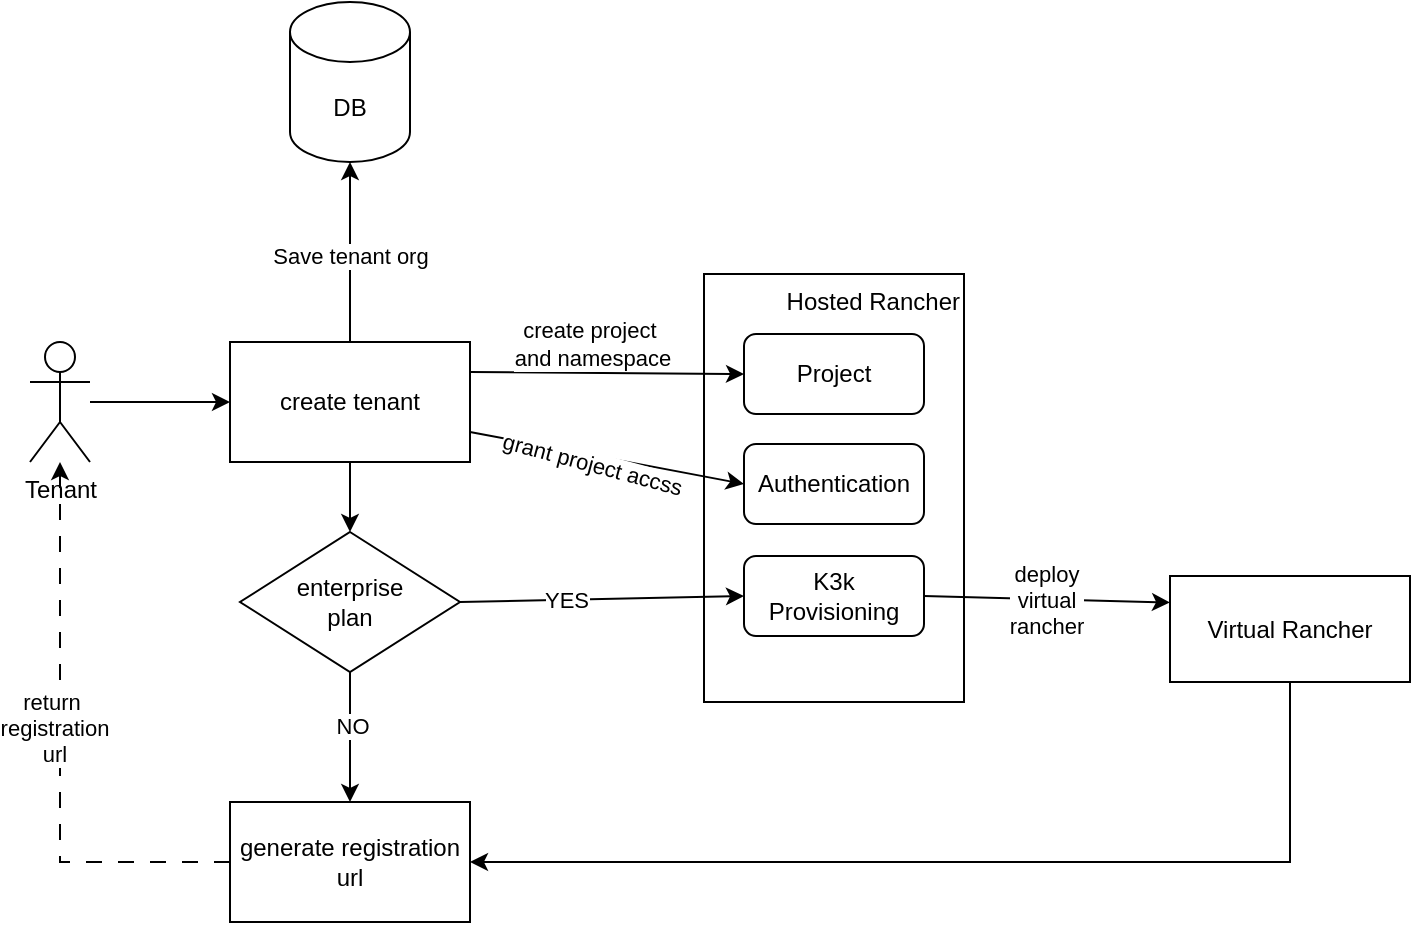
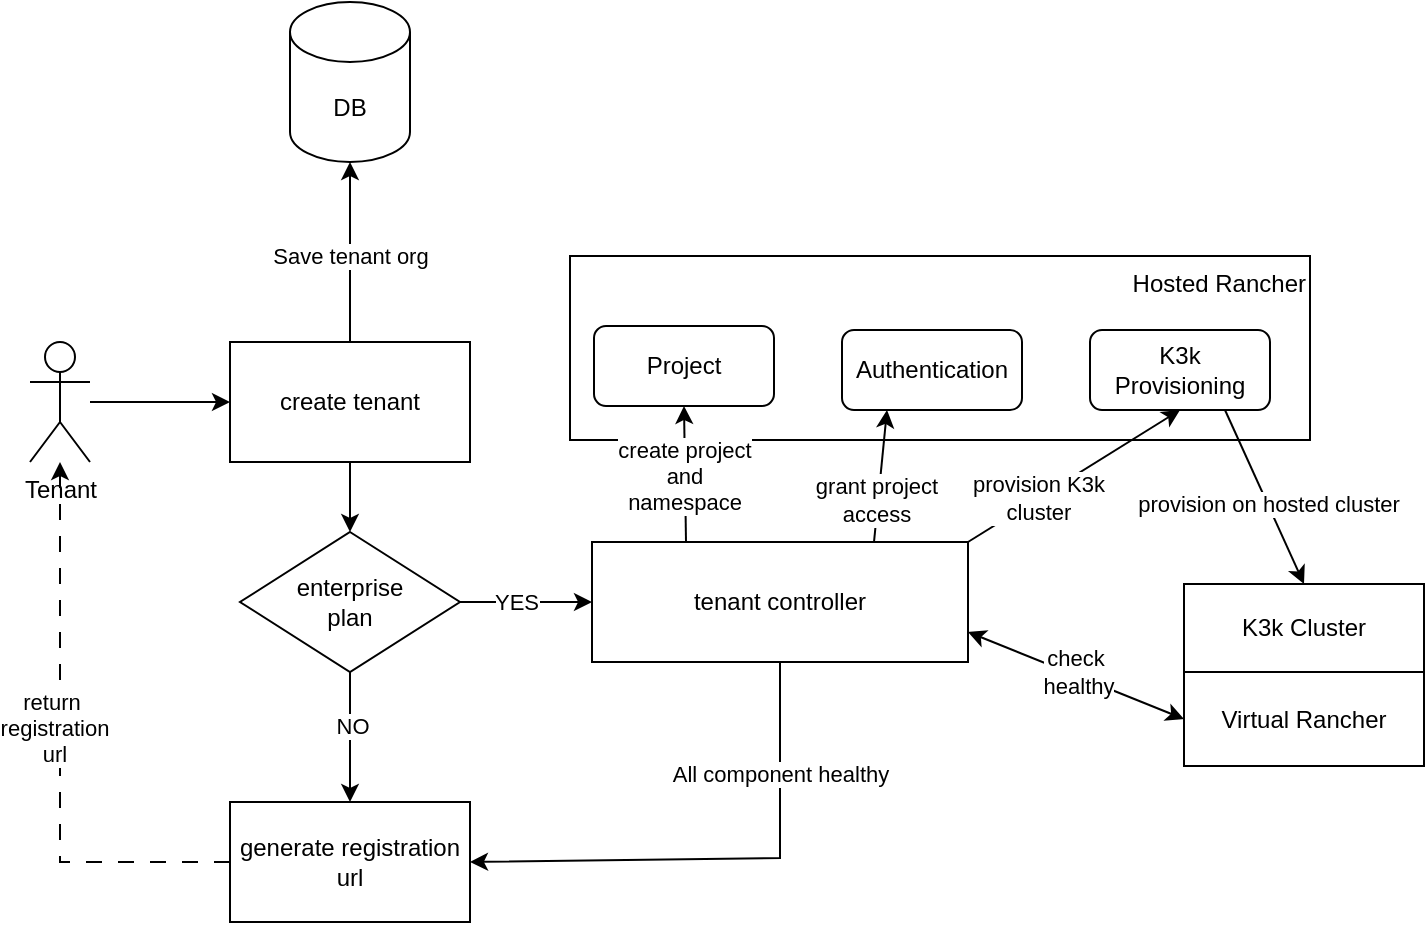
<mxfile host="app.diagrams.net">
  <diagram name="第 1 页" id="L-sD2WPmEqHrs-nHEADV">
    <mxGraphModel dx="1222" dy="745" grid="0" gridSize="10" guides="1" tooltips="1" connect="1" arrows="1" fold="1" page="1" pageScale="1" pageWidth="827" pageHeight="1169" math="0" shadow="0">
      <root>
        <mxCell id="0" />
        <mxCell id="1" parent="0" />
        <mxCell id="RmhtLynf-h64byK3Bh4Q-11" edge="1" parent="1" source="RmhtLynf-h64byK3Bh4Q-1" style="edgeStyle=orthogonalEdgeStyle;rounded=0;orthogonalLoop=1;jettySize=auto;html=1;" target="RmhtLynf-h64byK3Bh4Q-5" value="">
          <mxGeometry relative="1" as="geometry" />
        </mxCell>
        <mxCell id="RmhtLynf-h64byK3Bh4Q-1" parent="1" style="shape=umlActor;verticalLabelPosition=bottom;verticalAlign=top;html=1;outlineConnect=0;" value="Tenant" vertex="1">
          <mxGeometry height="60" width="30" x="70" y="250" as="geometry" />
        </mxCell>
        <mxCell id="RmhtLynf-h64byK3Bh4Q-21" edge="1" parent="1" source="RmhtLynf-h64byK3Bh4Q-5" style="edgeStyle=orthogonalEdgeStyle;rounded=0;orthogonalLoop=1;jettySize=auto;html=1;" target="RmhtLynf-h64byK3Bh4Q-20" value="">
          <mxGeometry relative="1" as="geometry" />
        </mxCell>
        <mxCell id="RmhtLynf-h64byK3Bh4Q-5" parent="1" style="rounded=0;whiteSpace=wrap;html=1;" value="create tenant" vertex="1">
          <mxGeometry height="60" width="120" x="170" y="250" as="geometry" />
        </mxCell>
        <mxCell id="RmhtLynf-h64byK3Bh4Q-6" parent="1" style="shape=cylinder3;whiteSpace=wrap;html=1;boundedLbl=1;backgroundOutline=1;size=15;" value="DB" vertex="1">
          <mxGeometry height="80" width="60" x="200" y="80" as="geometry" />
        </mxCell>
        <mxCell id="RmhtLynf-h64byK3Bh4Q-7" parent="1" style="rounded=0;whiteSpace=wrap;html=1;verticalAlign=top;align=right;" value="Hosted Rancher" vertex="1">
-           <mxGeometry height="214" width="130" x="407" y="216" as="geometry" />
+           <mxGeometry height="92" width="370" x="340" y="207" as="geometry" />
        </mxCell>
        <mxCell id="RmhtLynf-h64byK3Bh4Q-8" parent="1" style="rounded=1;whiteSpace=wrap;html=1;" value="Project" vertex="1">
-           <mxGeometry height="40" width="90" x="427" y="246" as="geometry" />
+           <mxGeometry height="40" width="90" x="352" y="242" as="geometry" />
        </mxCell>
        <mxCell id="RmhtLynf-h64byK3Bh4Q-9" parent="1" style="rounded=1;whiteSpace=wrap;html=1;" value="Authentication" vertex="1">
-           <mxGeometry height="40" width="90" x="427" y="301" as="geometry" />
+           <mxGeometry height="40" width="90" x="476" y="244" as="geometry" />
        </mxCell>
        <mxCell id="RmhtLynf-h64byK3Bh4Q-10" parent="1" style="rounded=1;whiteSpace=wrap;html=1;" value="K3k Provisioning" vertex="1">
-           <mxGeometry height="40" width="90" x="427" y="357" as="geometry" />
+           <mxGeometry height="40" width="90" x="600" y="244" as="geometry" />
        </mxCell>
        <mxCell id="RmhtLynf-h64byK3Bh4Q-12" edge="1" parent="1" source="RmhtLynf-h64byK3Bh4Q-5" style="endArrow=classic;html=1;rounded=0;exitX=0.5;exitY=0;exitDx=0;exitDy=0;entryX=0.5;entryY=1;entryDx=0;entryDy=0;entryPerimeter=0;" target="RmhtLynf-h64byK3Bh4Q-6" value="">
          <mxGeometry height="50" relative="1" width="50" as="geometry">
            <mxPoint x="270" y="230" as="sourcePoint" />
            <mxPoint x="320" y="180" as="targetPoint" />
          </mxGeometry>
        </mxCell>
        <mxCell id="RmhtLynf-h64byK3Bh4Q-13" connectable="0" parent="RmhtLynf-h64byK3Bh4Q-12" style="edgeLabel;html=1;align=center;verticalAlign=middle;resizable=0;points=[];" value="Save tenant org" vertex="1">
          <mxGeometry relative="1" x="-0.3448" as="geometry">
            <mxPoint y="-14" as="offset" />
          </mxGeometry>
        </mxCell>
-         <mxCell id="RmhtLynf-h64byK3Bh4Q-14" edge="1" parent="1" source="RmhtLynf-h64byK3Bh4Q-5" style="endArrow=classic;html=1;rounded=0;exitX=1;exitY=0.25;exitDx=0;exitDy=0;entryX=0;entryY=0.5;entryDx=0;entryDy=0;" target="RmhtLynf-h64byK3Bh4Q-8" value="">
-           <mxGeometry height="50" relative="1" width="50" as="geometry">
-             <mxPoint x="340" y="320" as="sourcePoint" />
-             <mxPoint x="390" y="270" as="targetPoint" />
-           </mxGeometry>
-         </mxCell>
-         <mxCell id="RmhtLynf-h64byK3Bh4Q-15" connectable="0" parent="RmhtLynf-h64byK3Bh4Q-14" style="edgeLabel;html=1;align=center;verticalAlign=middle;resizable=0;points=[];rotation=0;" value="create project&amp;nbsp;&lt;div&gt;and namespace&lt;/div&gt;" vertex="1">
-           <mxGeometry relative="1" x="-0.3685" y="-1" as="geometry">
-             <mxPoint x="17" y="-16" as="offset" />
-           </mxGeometry>
-         </mxCell>
-         <mxCell id="RmhtLynf-h64byK3Bh4Q-16" edge="1" parent="1" source="RmhtLynf-h64byK3Bh4Q-5" style="endArrow=classic;html=1;rounded=0;exitX=1;exitY=0.75;exitDx=0;exitDy=0;entryX=0;entryY=0.5;entryDx=0;entryDy=0;" target="RmhtLynf-h64byK3Bh4Q-9" value="">
-           <mxGeometry height="50" relative="1" width="50" as="geometry">
-             <mxPoint x="280" y="430" as="sourcePoint" />
-             <mxPoint x="330" y="380" as="targetPoint" />
-           </mxGeometry>
-         </mxCell>
-         <mxCell id="RmhtLynf-h64byK3Bh4Q-17" connectable="0" parent="RmhtLynf-h64byK3Bh4Q-16" style="edgeLabel;html=1;align=center;verticalAlign=middle;resizable=0;points=[];rotation=15;" value="grant project accss" vertex="1">
-           <mxGeometry relative="1" x="-0.2713" y="-2" as="geometry">
-             <mxPoint x="11" y="4" as="offset" />
-           </mxGeometry>
-         </mxCell>
        <mxCell id="RmhtLynf-h64byK3Bh4Q-28" edge="1" parent="1" source="RmhtLynf-h64byK3Bh4Q-20" style="edgeStyle=orthogonalEdgeStyle;rounded=0;orthogonalLoop=1;jettySize=auto;html=1;" target="RmhtLynf-h64byK3Bh4Q-27" value="">
          <mxGeometry relative="1" as="geometry" />
        </mxCell>
        <mxCell id="RmhtLynf-h64byK3Bh4Q-29" connectable="0" parent="RmhtLynf-h64byK3Bh4Q-28" style="edgeLabel;html=1;align=center;verticalAlign=middle;resizable=0;points=[];" value="NO" vertex="1">
          <mxGeometry relative="1" x="-0.1692" y="1" as="geometry">
            <mxPoint as="offset" />
          </mxGeometry>
        </mxCell>
+         <mxCell id="s9PzU-UQ4cBH2LS_8AfC-2" edge="1" parent="1" source="RmhtLynf-h64byK3Bh4Q-20" style="edgeStyle=orthogonalEdgeStyle;rounded=0;orthogonalLoop=1;jettySize=auto;html=1;" target="s9PzU-UQ4cBH2LS_8AfC-1" value="">
+           <mxGeometry relative="1" as="geometry" />
+         </mxCell>
+         <mxCell id="s9PzU-UQ4cBH2LS_8AfC-3" connectable="0" parent="s9PzU-UQ4cBH2LS_8AfC-2" style="edgeLabel;html=1;align=center;verticalAlign=middle;resizable=0;points=[];" value="YES" vertex="1">
+           <mxGeometry relative="1" x="-0.2632" as="geometry">
+             <mxPoint x="3" as="offset" />
+           </mxGeometry>
+         </mxCell>
        <mxCell id="RmhtLynf-h64byK3Bh4Q-20" parent="1" style="rhombus;whiteSpace=wrap;html=1;" value="enterprise&lt;div&gt;plan&lt;/div&gt;" vertex="1">
          <mxGeometry height="70" width="110" x="175" y="345" as="geometry" />
        </mxCell>
-         <mxCell id="RmhtLynf-h64byK3Bh4Q-22" edge="1" parent="1" source="RmhtLynf-h64byK3Bh4Q-20" style="endArrow=classic;html=1;rounded=0;exitX=1;exitY=0.5;exitDx=0;exitDy=0;entryX=0;entryY=0.5;entryDx=0;entryDy=0;" target="RmhtLynf-h64byK3Bh4Q-10" value="">
-           <mxGeometry height="50" relative="1" width="50" as="geometry">
-             <mxPoint x="310" y="450" as="sourcePoint" />
-             <mxPoint x="360" y="400" as="targetPoint" />
-           </mxGeometry>
-         </mxCell>
-         <mxCell id="RmhtLynf-h64byK3Bh4Q-23" connectable="0" parent="RmhtLynf-h64byK3Bh4Q-22" style="edgeLabel;html=1;align=center;verticalAlign=middle;resizable=0;points=[];" value="YES" vertex="1">
-           <mxGeometry relative="1" x="-0.2534" as="geometry">
-             <mxPoint as="offset" />
-           </mxGeometry>
-         </mxCell>
        <mxCell id="RmhtLynf-h64byK3Bh4Q-24" parent="1" style="rounded=0;whiteSpace=wrap;html=1;verticalAlign=middle;align=center;" value="Virtual Rancher" vertex="1">
-           <mxGeometry height="53" width="120" x="640" y="367" as="geometry" />
-         </mxCell>
-         <mxCell id="RmhtLynf-h64byK3Bh4Q-26" edge="1" parent="1" source="RmhtLynf-h64byK3Bh4Q-10" style="endArrow=classic;html=1;rounded=0;exitX=1;exitY=0.5;exitDx=0;exitDy=0;entryX=0;entryY=0.25;entryDx=0;entryDy=0;" target="RmhtLynf-h64byK3Bh4Q-24" value="deploy&lt;div&gt;virtual&lt;/div&gt;&lt;div&gt;rancher&lt;/div&gt;">
-           <mxGeometry height="50" relative="1" width="50" as="geometry">
-             <mxPoint x="560" y="380" as="sourcePoint" />
-             <mxPoint x="610" y="330" as="targetPoint" />
-           </mxGeometry>
+           <mxGeometry height="47" width="120" x="647" y="415" as="geometry" />
        </mxCell>
        <mxCell id="RmhtLynf-h64byK3Bh4Q-27" parent="1" style="rounded=0;whiteSpace=wrap;html=1;" value="generate registration url" vertex="1">
          <mxGeometry height="60" width="120" x="170" y="480" as="geometry" />
-         </mxCell>
-         <mxCell id="RmhtLynf-h64byK3Bh4Q-30" edge="1" parent="1" source="RmhtLynf-h64byK3Bh4Q-24" style="endArrow=classic;html=1;rounded=0;exitX=0.5;exitY=1;exitDx=0;exitDy=0;entryX=1;entryY=0.5;entryDx=0;entryDy=0;" target="RmhtLynf-h64byK3Bh4Q-27" value="">
-           <mxGeometry height="50" relative="1" width="50" as="geometry">
-             <Array as="points">
-               <mxPoint x="700" y="510" />
-             </Array>
-             <mxPoint x="570" y="510" as="sourcePoint" />
-             <mxPoint x="620" y="460" as="targetPoint" />
-           </mxGeometry>
        </mxCell>
        <mxCell id="RmhtLynf-h64byK3Bh4Q-31" edge="1" parent="1" source="RmhtLynf-h64byK3Bh4Q-27" style="endArrow=classic;html=1;rounded=0;exitX=0;exitY=0.5;exitDx=0;exitDy=0;dashed=1;dashPattern=8 8;" target="RmhtLynf-h64byK3Bh4Q-1" value="">
          <mxGeometry height="50" relative="1" width="50" as="geometry">
            <Array as="points">
              <mxPoint x="85" y="510" />
            </Array>
            <mxPoint x="50" y="530" as="sourcePoint" />
            <mxPoint x="100" y="480" as="targetPoint" />
          </mxGeometry>
        </mxCell>
        <mxCell id="RmhtLynf-h64byK3Bh4Q-32" connectable="0" parent="RmhtLynf-h64byK3Bh4Q-31" style="edgeLabel;html=1;align=center;verticalAlign=middle;resizable=0;points=[];" value="return&amp;nbsp;&lt;div&gt;registration&lt;/div&gt;&lt;div&gt;url&lt;/div&gt;" vertex="1">
          <mxGeometry relative="1" x="0.0667" y="3" as="geometry">
            <mxPoint as="offset" />
          </mxGeometry>
        </mxCell>
+         <mxCell id="s9PzU-UQ4cBH2LS_8AfC-1" parent="1" style="rounded=0;whiteSpace=wrap;html=1;" value="tenant controller" vertex="1">
+           <mxGeometry height="60" width="188" x="351" y="350" as="geometry" />
+         </mxCell>
+         <mxCell id="s9PzU-UQ4cBH2LS_8AfC-4" edge="1" parent="1" source="s9PzU-UQ4cBH2LS_8AfC-1" style="endArrow=classic;html=1;rounded=0;exitX=0.25;exitY=0;exitDx=0;exitDy=0;entryX=0.5;entryY=1;entryDx=0;entryDy=0;" target="RmhtLynf-h64byK3Bh4Q-8" value="">
+           <mxGeometry height="50" relative="1" width="50" as="geometry">
+             <mxPoint x="384" y="334" as="sourcePoint" />
+             <mxPoint x="434" y="284" as="targetPoint" />
+           </mxGeometry>
+         </mxCell>
+         <mxCell id="s9PzU-UQ4cBH2LS_8AfC-5" connectable="0" parent="s9PzU-UQ4cBH2LS_8AfC-4" style="edgeLabel;html=1;align=center;verticalAlign=middle;resizable=0;points=[];" value="create project&lt;div&gt;and&lt;/div&gt;&lt;div&gt;namespace&lt;/div&gt;" vertex="1">
+           <mxGeometry relative="1" x="-0.0292" y="1" as="geometry">
+             <mxPoint as="offset" />
+           </mxGeometry>
+         </mxCell>
+         <mxCell id="s9PzU-UQ4cBH2LS_8AfC-6" edge="1" parent="1" source="s9PzU-UQ4cBH2LS_8AfC-1" style="endArrow=classic;html=1;rounded=0;exitX=0.75;exitY=0;exitDx=0;exitDy=0;entryX=0.25;entryY=1;entryDx=0;entryDy=0;" target="RmhtLynf-h64byK3Bh4Q-9" value="">
+           <mxGeometry height="50" relative="1" width="50" as="geometry">
+             <mxPoint x="485" y="339" as="sourcePoint" />
+             <mxPoint x="535" y="289" as="targetPoint" />
+           </mxGeometry>
+         </mxCell>
+         <mxCell id="s9PzU-UQ4cBH2LS_8AfC-7" connectable="0" parent="s9PzU-UQ4cBH2LS_8AfC-6" style="edgeLabel;html=1;align=center;verticalAlign=middle;resizable=0;points=[];" value="grant project&lt;div&gt;access&lt;/div&gt;" vertex="1">
+           <mxGeometry relative="1" x="-0.3697" y="1" as="geometry">
+             <mxPoint as="offset" />
+           </mxGeometry>
+         </mxCell>
+         <mxCell id="s9PzU-UQ4cBH2LS_8AfC-8" edge="1" parent="1" source="s9PzU-UQ4cBH2LS_8AfC-1" style="endArrow=classic;html=1;rounded=0;exitX=1;exitY=0;exitDx=0;exitDy=0;entryX=0.5;entryY=1;entryDx=0;entryDy=0;" target="RmhtLynf-h64byK3Bh4Q-10" value="">
+           <mxGeometry height="50" relative="1" width="50" as="geometry">
+             <mxPoint x="565" y="364" as="sourcePoint" />
+             <mxPoint x="615" y="314" as="targetPoint" />
+           </mxGeometry>
+         </mxCell>
+         <mxCell id="s9PzU-UQ4cBH2LS_8AfC-9" connectable="0" parent="s9PzU-UQ4cBH2LS_8AfC-8" style="edgeLabel;html=1;align=center;verticalAlign=middle;resizable=0;points=[];" value="provision K3k&lt;div&gt;cluster&lt;/div&gt;" vertex="1">
+           <mxGeometry relative="1" x="-0.3336" y="1" as="geometry">
+             <mxPoint y="1" as="offset" />
+           </mxGeometry>
+         </mxCell>
+         <mxCell id="s9PzU-UQ4cBH2LS_8AfC-10" parent="1" style="rounded=0;whiteSpace=wrap;html=1;" value="K3k Cluster" vertex="1">
+           <mxGeometry height="44" width="120" x="647" y="371" as="geometry" />
+         </mxCell>
+         <mxCell id="s9PzU-UQ4cBH2LS_8AfC-11" edge="1" parent="1" source="RmhtLynf-h64byK3Bh4Q-10" style="endArrow=classic;html=1;rounded=0;exitX=0.75;exitY=1;exitDx=0;exitDy=0;entryX=0.5;entryY=0;entryDx=0;entryDy=0;" target="s9PzU-UQ4cBH2LS_8AfC-10" value="">
+           <mxGeometry height="50" relative="1" width="50" as="geometry">
+             <mxPoint x="748" y="334" as="sourcePoint" />
+             <mxPoint x="798" y="284" as="targetPoint" />
+           </mxGeometry>
+         </mxCell>
+         <mxCell id="s9PzU-UQ4cBH2LS_8AfC-12" connectable="0" parent="s9PzU-UQ4cBH2LS_8AfC-11" style="edgeLabel;html=1;align=center;verticalAlign=middle;resizable=0;points=[];" value="provision on hosted cluster" vertex="1">
+           <mxGeometry relative="1" x="0.0723" as="geometry">
+             <mxPoint as="offset" />
+           </mxGeometry>
+         </mxCell>
+         <mxCell id="s9PzU-UQ4cBH2LS_8AfC-13" edge="1" parent="1" source="s9PzU-UQ4cBH2LS_8AfC-1" style="endArrow=classic;startArrow=classic;html=1;rounded=0;exitX=1;exitY=0.75;exitDx=0;exitDy=0;entryX=0;entryY=0.5;entryDx=0;entryDy=0;" target="RmhtLynf-h64byK3Bh4Q-24" value="">
+           <mxGeometry height="50" relative="1" width="50" as="geometry">
+             <mxPoint x="580" y="484" as="sourcePoint" />
+             <mxPoint x="630" y="434" as="targetPoint" />
+           </mxGeometry>
+         </mxCell>
+         <mxCell id="s9PzU-UQ4cBH2LS_8AfC-14" connectable="0" parent="s9PzU-UQ4cBH2LS_8AfC-13" style="edgeLabel;html=1;align=center;verticalAlign=middle;resizable=0;points=[];" value="check&amp;nbsp;&lt;div&gt;healthy&lt;/div&gt;" vertex="1">
+           <mxGeometry relative="1" x="-0.3333" as="geometry">
+             <mxPoint x="19" y="5" as="offset" />
+           </mxGeometry>
+         </mxCell>
+         <mxCell id="s9PzU-UQ4cBH2LS_8AfC-15" edge="1" parent="1" source="s9PzU-UQ4cBH2LS_8AfC-1" style="endArrow=classic;html=1;rounded=0;exitX=0.5;exitY=1;exitDx=0;exitDy=0;entryX=1;entryY=0.5;entryDx=0;entryDy=0;" target="RmhtLynf-h64byK3Bh4Q-27" value="">
+           <mxGeometry height="50" relative="1" width="50" as="geometry">
+             <Array as="points">
+               <mxPoint x="445" y="508" />
+             </Array>
+             <mxPoint x="423" y="546" as="sourcePoint" />
+             <mxPoint x="473" y="496" as="targetPoint" />
+           </mxGeometry>
+         </mxCell>
+         <mxCell id="s9PzU-UQ4cBH2LS_8AfC-16" connectable="0" parent="s9PzU-UQ4cBH2LS_8AfC-15" style="edgeLabel;html=1;align=center;verticalAlign=middle;resizable=0;points=[];" value="All component healthy" vertex="1">
+           <mxGeometry relative="1" x="-0.5692" as="geometry">
+             <mxPoint y="1" as="offset" />
+           </mxGeometry>
+         </mxCell>
      </root>
    </mxGraphModel>
  </diagram>
</mxfile>
